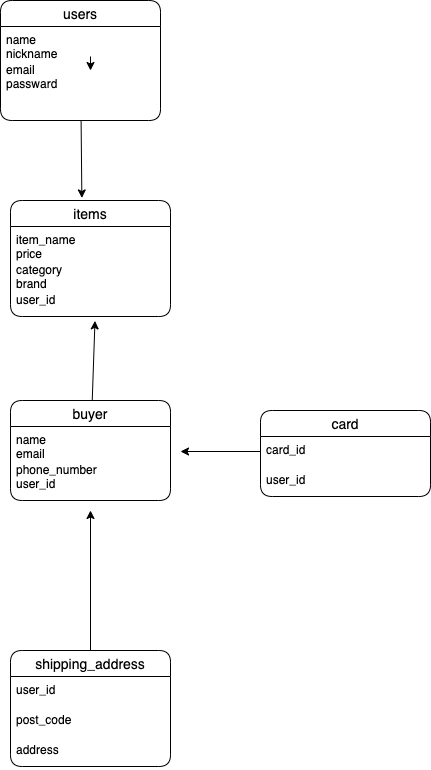
Above: furima.png in minamoit/furima-39233 (draw.io), before the change. Source tidied: cells renumbered, new cells last; positions are measured from the earlier drawing's top-left corner, leaving out a move shared by most shapes. Source of this version:
```xml
<mxGraphModel>
  <root>
    <mxCell id="0" />
    <mxCell id="1" parent="0" />
    <mxCell id="2" style="edgeStyle=none;html=1;" parent="1" edge="1">
      <mxGeometry relative="1" as="geometry">
        <mxPoint x="90" y="56" as="sourcePoint" />
        <mxPoint x="90" y="70" as="targetPoint" />
      </mxGeometry>
    </mxCell>
    <mxCell id="3" style="edgeStyle=none;html=1;" parent="1" edge="1">
      <mxGeometry relative="1" as="geometry">
        <mxPoint x="60" y="286" as="sourcePoint" />
        <mxPoint x="60" y="286" as="targetPoint" />
      </mxGeometry>
    </mxCell>
    <mxCell id="4" value="items" style="swimlane;fontStyle=0;horizontal=1;startSize=26;align=center;fontSize=14;fillColor=default;rounded=1;" parent="1" vertex="1">
      <mxGeometry x="10" y="200" width="160" height="116" as="geometry" />
    </mxCell>
    <mxCell id="5" value="item_name&#10;price&#10;" style="text;strokeColor=none;fillColor=none;spacingLeft=4;spacingRight=4;overflow=hidden;fontSize=12;rounded=1;" parent="4" vertex="1">
      <mxGeometry y="26" width="160" height="30" as="geometry" />
    </mxCell>
    <mxCell id="6" value="category&#10;brand&#10;" style="text;strokeColor=none;fillColor=none;spacingLeft=4;spacingRight=4;overflow=hidden;fontSize=12;rounded=1;" parent="4" vertex="1">
      <mxGeometry y="56" width="160" height="30" as="geometry" />
    </mxCell>
    <mxCell id="7" value="user_id" style="text;strokeColor=none;fillColor=none;spacingLeft=4;spacingRight=4;overflow=hidden;points=[[0,0.5],[1,0.5]];portConstraint=eastwest;fontSize=12;rounded=1;" parent="4" vertex="1">
      <mxGeometry y="86" width="160" height="30" as="geometry" />
    </mxCell>
    <mxCell id="8" style="edgeStyle=none;rounded=1;html=1;entryX=0.446;entryY=-0.022;entryDx=0;entryDy=0;entryPerimeter=0;" parent="1" edge="1" source="9" target="4">
      <mxGeometry relative="1" as="geometry" />
    </mxCell>
    <mxCell id="9" value="users" style="swimlane;fontStyle=0;horizontal=1;startSize=26;align=center;fontSize=14;fillColor=default;rounded=1;" parent="1" vertex="1">
      <mxGeometry width="160" height="120" as="geometry" />
    </mxCell>
    <mxCell id="10" value="name&#10;nickname&#10;" style="text;strokeColor=none;fillColor=none;spacingLeft=4;spacingRight=4;overflow=hidden;fontSize=12;rounded=1;" parent="9" vertex="1">
      <mxGeometry y="26" width="160" height="30" as="geometry" />
    </mxCell>
    <mxCell id="11" value="email&#10;passward" style="text;strokeColor=none;fillColor=none;spacingLeft=4;spacingRight=4;overflow=hidden;fontSize=12;rounded=1;" parent="9" vertex="1">
      <mxGeometry y="56" width="160" height="64" as="geometry" />
    </mxCell>
    <mxCell id="12" style="edgeStyle=none;rounded=1;html=1;entryX=0.528;entryY=1.147;entryDx=0;entryDy=0;entryPerimeter=0;" parent="1" edge="1" source="13" target="7">
      <mxGeometry relative="1" as="geometry" />
    </mxCell>
    <mxCell id="13" value="buyer" style="swimlane;fontStyle=0;horizontal=1;startSize=26;align=center;fontSize=14;fillColor=default;rounded=1;" parent="1" vertex="1">
      <mxGeometry x="10" y="400" width="160" height="100" as="geometry" />
    </mxCell>
    <mxCell id="14" value="name&#10;email&#10;" style="text;strokeColor=none;fillColor=none;spacingLeft=4;spacingRight=4;overflow=hidden;fontSize=12;rounded=1;" parent="13" vertex="1">
      <mxGeometry y="26" width="160" height="30" as="geometry" />
    </mxCell>
    <mxCell id="15" value="phone_number&#10;user_id" style="text;strokeColor=none;fillColor=none;spacingLeft=4;spacingRight=4;overflow=hidden;fontSize=12;rounded=1;" parent="13" vertex="1">
      <mxGeometry y="56" width="160" height="44" as="geometry" />
    </mxCell>
    <mxCell id="16" style="edgeStyle=none;rounded=1;html=1;" parent="1" edge="1" source="17">
      <mxGeometry relative="1" as="geometry">
        <mxPoint x="90" y="510" as="targetPoint" />
      </mxGeometry>
    </mxCell>
    <mxCell id="17" value="shipping_address" style="swimlane;fontStyle=0;horizontal=1;startSize=26;align=center;fontSize=14;fillColor=default;rounded=1;" parent="1" vertex="1">
      <mxGeometry x="10" y="650" width="160" height="116" as="geometry" />
    </mxCell>
    <mxCell id="18" value="user_id" style="text;strokeColor=none;fillColor=none;spacingLeft=4;spacingRight=4;overflow=hidden;fontSize=12;rounded=1;" parent="17" vertex="1">
      <mxGeometry y="26" width="160" height="30" as="geometry" />
    </mxCell>
    <mxCell id="19" value="post_code" style="text;strokeColor=none;fillColor=none;spacingLeft=4;spacingRight=4;overflow=hidden;fontSize=12;rounded=1;" parent="17" vertex="1">
      <mxGeometry y="56" width="160" height="30" as="geometry" />
    </mxCell>
    <mxCell id="20" value="address" style="text;strokeColor=none;fillColor=none;spacingLeft=4;spacingRight=4;overflow=hidden;fontSize=12;rounded=1;" parent="17" vertex="1">
      <mxGeometry y="86" width="160" height="30" as="geometry" />
    </mxCell>
    <mxCell id="21" value="card" style="swimlane;fontStyle=0;horizontal=1;startSize=26;align=center;fontSize=14;fillColor=default;rounded=1;" parent="1" vertex="1">
      <mxGeometry x="260" y="410" width="170" height="86" as="geometry" />
    </mxCell>
    <mxCell id="22" value="card_id" style="text;strokeColor=none;fillColor=none;spacingLeft=4;spacingRight=4;overflow=hidden;points=[[0,0.5],[1,0.5]];portConstraint=eastwest;fontSize=12;rounded=1;" parent="21" vertex="1">
      <mxGeometry y="26" width="170" height="30" as="geometry" />
    </mxCell>
    <mxCell id="23" value="user_id" style="text;strokeColor=none;fillColor=none;spacingLeft=4;spacingRight=4;overflow=hidden;fontSize=12;rounded=1;" parent="21" vertex="1">
      <mxGeometry y="56" width="170" height="30" as="geometry" />
    </mxCell>
    <mxCell id="24" style="edgeStyle=none;rounded=1;html=1;" parent="1" edge="1" source="22">
      <mxGeometry relative="1" as="geometry">
        <mxPoint x="180" y="451" as="targetPoint" />
      </mxGeometry>
    </mxCell>
  </root>
</mxGraphModel>
```
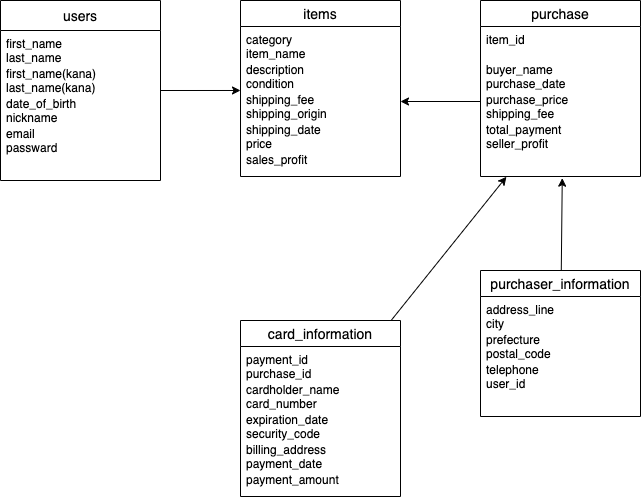
The same file after the commit.

What changed in the source:
```diff
@@ -2,84 +2,110 @@
   <root>
     <mxCell id="0" />
     <mxCell id="1" parent="0" />
-    <mxCell id="2" style="edgeStyle=none;html=1;" parent="1" edge="1">
-      <mxGeometry relative="1" as="geometry">
-        <mxPoint x="90" y="56" as="sourcePoint" />
-        <mxPoint x="90" y="70" as="targetPoint" />
-      </mxGeometry>
-    </mxCell>
-    <mxCell id="3" style="edgeStyle=none;html=1;" parent="1" edge="1">
+    <mxCell id="3" style="edgeStyle=none;html=1;rounded=0;" parent="1" edge="1">
       <mxGeometry relative="1" as="geometry">
         <mxPoint x="60" y="286" as="sourcePoint" />
         <mxPoint x="60" y="286" as="targetPoint" />
       </mxGeometry>
     </mxCell>
+    <mxCell id="25" style="html=1;entryX=0;entryY=0.133;entryDx=0;entryDy=0;entryPerimeter=0;" parent="1" edge="1" source="9" target="32">
+      <mxGeometry relative="1" as="geometry" />
+    </mxCell>
+    <mxCell id="9" value="users" style="swimlane;fontStyle=0;horizontal=1;startSize=30;align=center;fontSize=14;rounded=0;" parent="1" vertex="1">
+      <mxGeometry x="10" y="-40" width="160" height="180" as="geometry" />
+    </mxCell>
+    <mxCell id="26" value="first_name&#10;last_name&#10;first_name(kana)&#10;last_name(kana)&#10;" style="text;strokeColor=none;fillColor=none;spacingLeft=4;spacingRight=4;overflow=hidden;fontSize=12;rounded=0;" parent="9" vertex="1">
+      <mxGeometry y="30" width="160" height="30" as="geometry" />
+    </mxCell>
+    <mxCell id="27" value="first_name(kana)&#10;last_name(kana)" style="text;strokeColor=none;fillColor=none;spacingLeft=4;spacingRight=4;overflow=hidden;fontSize=12;rounded=0;" parent="9" vertex="1">
+      <mxGeometry y="60" width="160" height="30" as="geometry" />
+    </mxCell>
+    <mxCell id="28" value="date_of_birth&#10;nickname&#10;email&#10;passward" style="text;strokeColor=none;fillColor=none;spacingLeft=4;spacingRight=4;overflow=hidden;fontSize=12;rounded=0;" parent="9" vertex="1">
+      <mxGeometry y="90" width="160" height="30" as="geometry" />
+    </mxCell>
+    <mxCell id="11" value="email&#10;passward" style="text;strokeColor=none;fillColor=none;spacingLeft=4;spacingRight=4;overflow=hidden;fontSize=12;rounded=0;" parent="9" vertex="1">
+      <mxGeometry y="120" width="160" height="30" as="geometry" />
+    </mxCell>
+    <mxCell id="29" style="text;strokeColor=none;fillColor=none;spacingLeft=4;spacingRight=4;overflow=hidden;fontSize=12;rounded=0;" parent="9" vertex="1">
+      <mxGeometry y="150" width="160" height="30" as="geometry" />
+    </mxCell>
-    <mxCell id="4" value="items" style="swimlane;fontStyle=0;horizontal=1;startSize=26;align=center;fontSize=14;fillColor=default;rounded=1;" parent="1" vertex="1">
-      <mxGeometry x="10" y="200" width="160" height="116" as="geometry" />
+    <mxCell id="4" value="items" style="swimlane;fontStyle=0;horizontal=1;startSize=26;align=center;fontSize=14;" parent="1" vertex="1">
+      <mxGeometry x="250" y="-40" width="160" height="176" as="geometry" />
     </mxCell>
-    <mxCell id="5" value="item_name&#10;price&#10;" style="text;strokeColor=none;fillColor=none;spacingLeft=4;spacingRight=4;overflow=hidden;fontSize=12;rounded=1;" parent="4" vertex="1">
-      <mxGeometry y="26" width="160" height="30" as="geometry" />
-    </mxCell>
-    <mxCell id="6" value="category&#10;brand&#10;" style="text;strokeColor=none;fillColor=none;spacingLeft=4;spacingRight=4;overflow=hidden;fontSize=12;rounded=1;" parent="4" vertex="1">
-      <mxGeometry y="56" width="160" height="30" as="geometry" />
-    </mxCell>
-    <mxCell id="7" value="user_id" style="text;strokeColor=none;fillColor=none;spacingLeft=4;spacingRight=4;overflow=hidden;points=[[0,0.5],[1,0.5]];portConstraint=eastwest;fontSize=12;rounded=1;" parent="4" vertex="1">
-      <mxGeometry y="86" width="160" height="30" as="geometry" />
-    </mxCell>
-    <mxCell id="8" style="edgeStyle=none;rounded=1;html=1;entryX=0.446;entryY=-0.022;entryDx=0;entryDy=0;entryPerimeter=0;" parent="1" edge="1" source="9" target="4">
-      <mxGeometry relative="1" as="geometry" />
-    </mxCell>
-    <mxCell id="9" value="users" style="swimlane;fontStyle=0;horizontal=1;startSize=26;align=center;fontSize=14;fillColor=default;rounded=1;" parent="1" vertex="1">
-      <mxGeometry width="160" height="120" as="geometry" />
-    </mxCell>
-    <mxCell id="10" value="name&#10;nickname&#10;" style="text;strokeColor=none;fillColor=none;spacingLeft=4;spacingRight=4;overflow=hidden;fontSize=12;rounded=1;" parent="9" vertex="1">
-      <mxGeometry y="26" width="160" height="30" as="geometry" />
-    </mxCell>
-    <mxCell id="11" value="email&#10;passward" style="text;strokeColor=none;fillColor=none;spacingLeft=4;spacingRight=4;overflow=hidden;fontSize=12;rounded=1;" parent="9" vertex="1">
-      <mxGeometry y="56" width="160" height="64" as="geometry" />
-    </mxCell>
-    <mxCell id="12" style="edgeStyle=none;rounded=1;html=1;entryX=0.528;entryY=1.147;entryDx=0;entryDy=0;entryPerimeter=0;" parent="1" edge="1" source="13" target="7">
-      <mxGeometry relative="1" as="geometry" />
-    </mxCell>
-    <mxCell id="13" value="buyer" style="swimlane;fontStyle=0;horizontal=1;startSize=26;align=center;fontSize=14;fillColor=default;rounded=1;" parent="1" vertex="1">
-      <mxGeometry x="10" y="400" width="160" height="100" as="geometry" />
-    </mxCell>
-    <mxCell id="14" value="name&#10;email&#10;" style="text;strokeColor=none;fillColor=none;spacingLeft=4;spacingRight=4;overflow=hidden;fontSize=12;rounded=1;" parent="13" vertex="1">
-      <mxGeometry y="26" width="160" height="30" as="geometry" />
-    </mxCell>
-    <mxCell id="15" value="phone_number&#10;user_id" style="text;strokeColor=none;fillColor=none;spacingLeft=4;spacingRight=4;overflow=hidden;fontSize=12;rounded=1;" parent="13" vertex="1">
-      <mxGeometry y="56" width="160" height="44" as="geometry" />
-    </mxCell>
-    <mxCell id="16" style="edgeStyle=none;rounded=1;html=1;" parent="1" edge="1" source="17">
-      <mxGeometry relative="1" as="geometry">
-        <mxPoint x="90" y="510" as="targetPoint" />
-      </mxGeometry>
-    </mxCell>
-    <mxCell id="17" value="shipping_address" style="swimlane;fontStyle=0;horizontal=1;startSize=26;align=center;fontSize=14;fillColor=default;rounded=1;" parent="1" vertex="1">
-      <mxGeometry x="10" y="650" width="160" height="116" as="geometry" />
-    </mxCell>
-    <mxCell id="18" value="user_id" style="text;strokeColor=none;fillColor=none;spacingLeft=4;spacingRight=4;overflow=hidden;fontSize=12;rounded=1;" parent="17" vertex="1">
-      <mxGeometry y="26" width="160" height="30" as="geometry" />
-    </mxCell>
-    <mxCell id="19" value="post_code" style="text;strokeColor=none;fillColor=none;spacingLeft=4;spacingRight=4;overflow=hidden;fontSize=12;rounded=1;" parent="17" vertex="1">
-      <mxGeometry y="56" width="160" height="30" as="geometry" />
-    </mxCell>
-    <mxCell id="20" value="address" style="text;strokeColor=none;fillColor=none;spacingLeft=4;spacingRight=4;overflow=hidden;fontSize=12;rounded=1;" parent="17" vertex="1">
-      <mxGeometry y="86" width="160" height="30" as="geometry" />
-    </mxCell>
-    <mxCell id="21" value="card" style="swimlane;fontStyle=0;horizontal=1;startSize=26;align=center;fontSize=14;fillColor=default;rounded=1;" parent="1" vertex="1">
-      <mxGeometry x="260" y="410" width="170" height="86" as="geometry" />
-    </mxCell>
-    <mxCell id="22" value="card_id" style="text;strokeColor=none;fillColor=none;spacingLeft=4;spacingRight=4;overflow=hidden;points=[[0,0.5],[1,0.5]];portConstraint=eastwest;fontSize=12;rounded=1;" parent="21" vertex="1">
-      <mxGeometry y="26" width="170" height="30" as="geometry" />
-    </mxCell>
-    <mxCell id="23" value="user_id" style="text;strokeColor=none;fillColor=none;spacingLeft=4;spacingRight=4;overflow=hidden;fontSize=12;rounded=1;" parent="21" vertex="1">
-      <mxGeometry y="56" width="170" height="30" as="geometry" />
-    </mxCell>
-    <mxCell id="24" style="edgeStyle=none;rounded=1;html=1;" parent="1" edge="1" source="22">
-      <mxGeometry relative="1" as="geometry">
-        <mxPoint x="180" y="451" as="targetPoint" />
-      </mxGeometry>
-    </mxCell>
+    <mxCell id="30" value="category&#10;item_name&#10;" style="text;strokeColor=none;fillColor=none;spacingLeft=4;spacingRight=4;overflow=hidden;fontSize=12;" parent="4" vertex="1">
+      <mxGeometry y="26" width="160" height="30" as="geometry" />
+    </mxCell>
+    <mxCell id="31" value="description&#10;condition" style="text;strokeColor=none;fillColor=none;spacingLeft=4;spacingRight=4;overflow=hidden;fontSize=12;" parent="4" vertex="1">
+      <mxGeometry y="56" width="160" height="30" as="geometry" />
+    </mxCell>
+    <mxCell id="32" value="shipping_fee&#10;shipping_origin&#10;shipping_date&#10;price&#10;sales_profit" style="text;strokeColor=none;fillColor=none;spacingLeft=4;spacingRight=4;overflow=hidden;points=[[0,0.5],[1,0.5]];portConstraint=eastwest;fontSize=12;" parent="4" vertex="1">
+      <mxGeometry y="86" width="160" height="30" as="geometry" />
+    </mxCell>
+    <mxCell id="33" value="shipping_date&#10;price&#10;sales_profit" style="text;strokeColor=none;fillColor=none;spacingLeft=4;spacingRight=4;overflow=hidden;fontSize=12;" parent="4" vertex="1">
+      <mxGeometry y="116" width="160" height="30" as="geometry" />
+    </mxCell>
+    <mxCell id="34" value="sales_profit&#10;" style="text;strokeColor=none;fillColor=none;spacingLeft=4;spacingRight=4;overflow=hidden;fontSize=12;" parent="4" vertex="1">
+      <mxGeometry y="146" width="160" height="30" as="geometry" />
+    </mxCell>
+    <mxCell id="35" value="purchase" style="swimlane;fontStyle=0;horizontal=1;startSize=26;align=center;fontSize=14;" parent="1" vertex="1">
+      <mxGeometry x="490" y="-40" width="160" height="176" as="geometry" />
+    </mxCell>
+    <mxCell id="36" value="item_id" style="text;strokeColor=none;fillColor=none;spacingLeft=4;spacingRight=4;overflow=hidden;fontSize=12;" parent="35" vertex="1">
+      <mxGeometry y="26" width="160" height="30" as="geometry" />
+    </mxCell>
+    <mxCell id="37" value="buyer_name&#10;purchase_date&#10;" style="text;strokeColor=none;fillColor=none;spacingLeft=4;spacingRight=4;overflow=hidden;fontSize=12;" parent="35" vertex="1">
+      <mxGeometry y="56" width="160" height="30" as="geometry" />
+    </mxCell>
+    <mxCell id="38" value="purchase_price&#10;shipping_fee&#10;total_payment&#10;seller_profit" style="text;strokeColor=none;fillColor=none;spacingLeft=4;spacingRight=4;overflow=hidden;points=[[0,0.5],[1,0.5]];portConstraint=eastwest;fontSize=12;" parent="35" vertex="1">
+      <mxGeometry y="86" width="160" height="30" as="geometry" />
+    </mxCell>
+    <mxCell id="39" value="total_payment&#10;seller_profit&#10;" style="text;strokeColor=none;fillColor=none;spacingLeft=4;spacingRight=4;overflow=hidden;fontSize=12;" parent="35" vertex="1">
+      <mxGeometry y="116" width="160" height="30" as="geometry" />
+    </mxCell>
+    <mxCell id="40" style="text;strokeColor=none;fillColor=none;spacingLeft=4;spacingRight=4;overflow=hidden;points=[[0,0.5],[1,0.5]];portConstraint=eastwest;fontSize=12;" parent="35" vertex="1">
+      <mxGeometry y="146" width="160" height="30" as="geometry" />
+    </mxCell>
+    <mxCell id="41" style="edgeStyle=none;html=1;entryX=0.511;entryY=1.056;entryDx=0;entryDy=0;entryPerimeter=0;" parent="1" edge="1" source="42" target="40">
+      <mxGeometry relative="1" as="geometry" />
+    </mxCell>
+    <mxCell id="42" value="purchaser_information" style="swimlane;fontStyle=0;horizontal=1;startSize=26;align=center;fontSize=14;" parent="1" vertex="1">
+      <mxGeometry x="490" y="230" width="160" height="146" as="geometry" />
+    </mxCell>
+    <mxCell id="43" value="address_line&#10;city&#10;" style="text;strokeColor=none;fillColor=none;spacingLeft=4;spacingRight=4;overflow=hidden;fontSize=12;" parent="42" vertex="1">
+      <mxGeometry y="26" width="160" height="30" as="geometry" />
+    </mxCell>
+    <mxCell id="44" value="prefecture&#10;postal_code" style="text;strokeColor=none;fillColor=none;spacingLeft=4;spacingRight=4;overflow=hidden;fontSize=12;" parent="42" vertex="1">
+      <mxGeometry y="56" width="160" height="30" as="geometry" />
+    </mxCell>
+    <mxCell id="45" value="telephone&#10;user_id" style="text;strokeColor=none;fillColor=none;spacingLeft=4;spacingRight=4;overflow=hidden;fontSize=12;" parent="42" vertex="1">
+      <mxGeometry y="86" width="160" height="30" as="geometry" />
+    </mxCell>
+    <mxCell id="46" style="text;strokeColor=none;fillColor=none;spacingLeft=4;spacingRight=4;overflow=hidden;fontSize=12;" parent="42" vertex="1">
+      <mxGeometry y="116" width="160" height="30" as="geometry" />
+    </mxCell>
+    <mxCell id="47" style="edgeStyle=none;html=1;entryX=0.162;entryY=1.01;entryDx=0;entryDy=0;entryPerimeter=0;" parent="1" edge="1" source="48" target="40">
+      <mxGeometry relative="1" as="geometry" />
+    </mxCell>
+    <mxCell id="48" value="card_information" style="swimlane;fontStyle=0;horizontal=1;startSize=26;align=center;fontSize=14;" parent="1" vertex="1">
+      <mxGeometry x="250" y="280" width="160" height="176" as="geometry" />
+    </mxCell>
+    <mxCell id="49" value="payment_id&#10;purchase_id&#10;" style="text;strokeColor=none;fillColor=none;spacingLeft=4;spacingRight=4;overflow=hidden;fontSize=12;" parent="48" vertex="1">
+      <mxGeometry y="26" width="160" height="30" as="geometry" />
+    </mxCell>
+    <mxCell id="50" value="cardholder_name&#10;card_number&#10;" style="text;strokeColor=none;fillColor=none;spacingLeft=4;spacingRight=4;overflow=hidden;fontSize=12;" parent="48" vertex="1">
+      <mxGeometry y="56" width="160" height="30" as="geometry" />
+    </mxCell>
+    <mxCell id="51" value="expiration_date&#10;security_code&#10;billing_address&#10;" style="text;strokeColor=none;fillColor=none;spacingLeft=4;spacingRight=4;overflow=hidden;fontSize=12;" parent="48" vertex="1">
+      <mxGeometry y="86" width="160" height="30" as="geometry" />
+    </mxCell>
+    <mxCell id="52" value="billing_address&#10;payment_date&#10;" style="text;strokeColor=none;fillColor=none;spacingLeft=4;spacingRight=4;overflow=hidden;fontSize=12;" parent="48" vertex="1">
+      <mxGeometry y="116" width="160" height="30" as="geometry" />
+    </mxCell>
+    <mxCell id="53" value="payment_amount" style="text;strokeColor=none;fillColor=none;spacingLeft=4;spacingRight=4;overflow=hidden;fontSize=12;" parent="48" vertex="1">
+      <mxGeometry y="146" width="160" height="30" as="geometry" />
+    </mxCell>
+    <mxCell id="54" style="edgeStyle=none;html=1;exitX=0;exitY=0.5;exitDx=0;exitDy=0;entryX=1;entryY=0.5;entryDx=0;entryDy=0;" parent="1" edge="1" source="38" target="32">
+      <mxGeometry relative="1" as="geometry" />
+    </mxCell>
   </root>
 </mxGraphModel>
```
